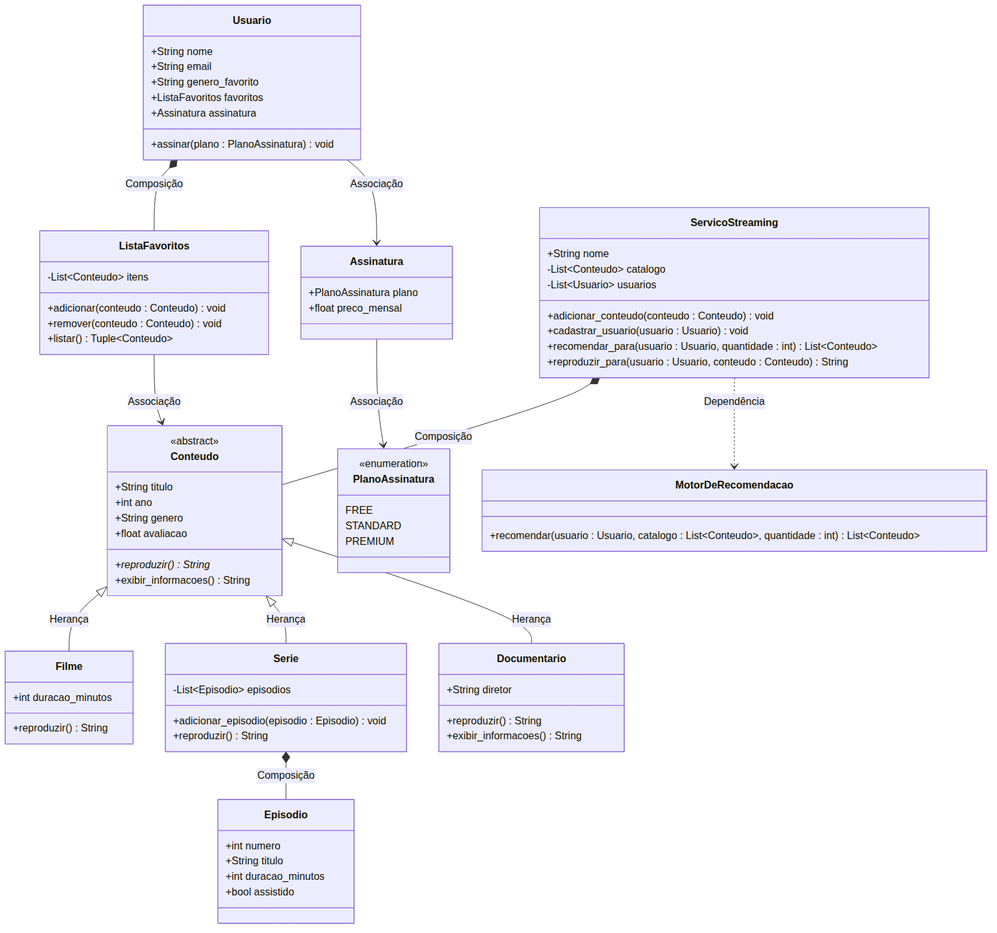
Above: docs/uml_streamflix.png in LuisFelipe311/Streaming-OO (Mermaid), before the change. Its source is kept beside it as docs/uml_streamflix.mmd.
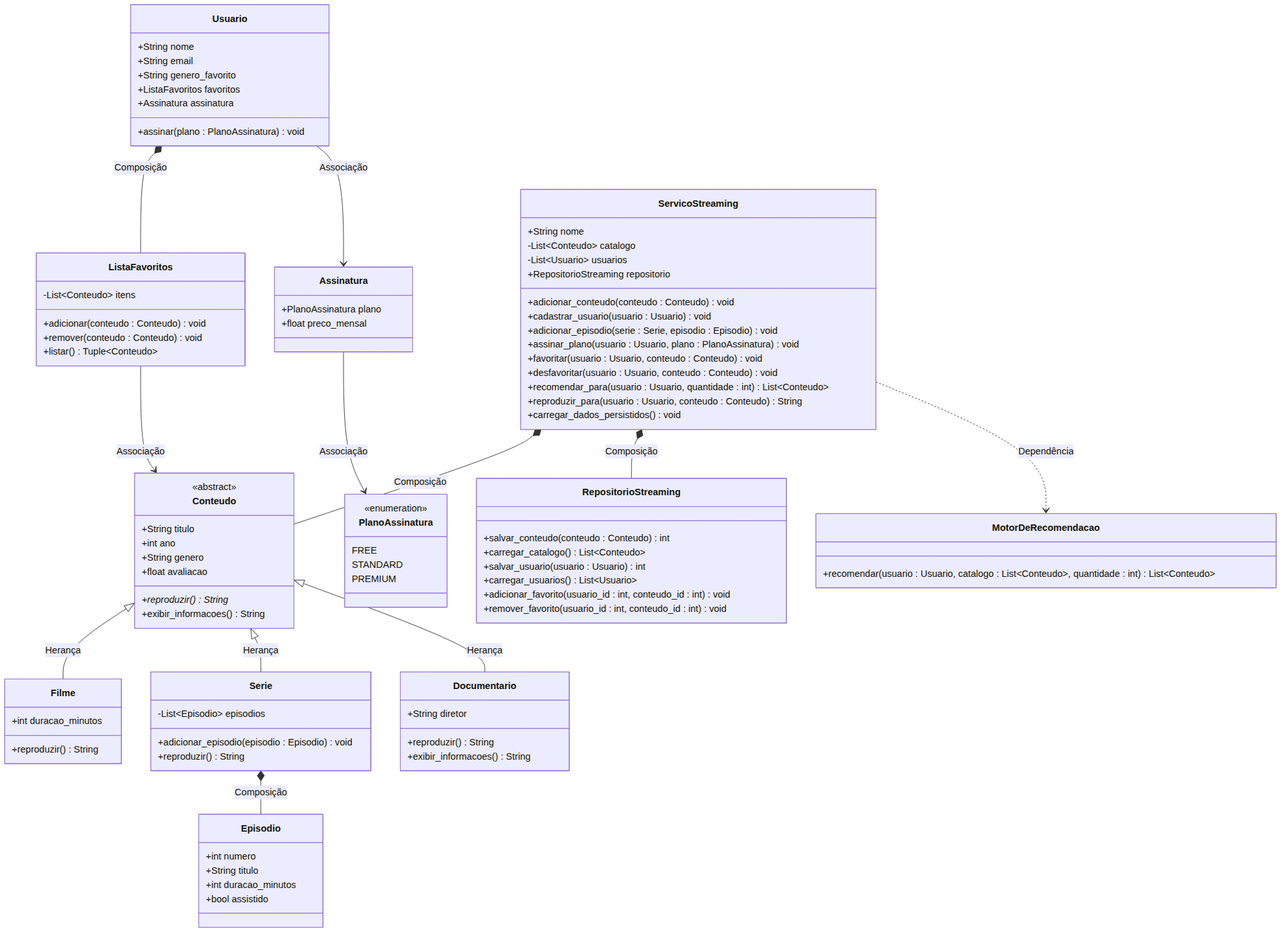
Later version of the same file.

Commit message:
uml nível 3

Change to the diagram source:
```diff
@@ -56,13 +56,27 @@
         +String nome
         -List~Conteudo~ catalogo
         -List~Usuario~ usuarios
+        +RepositorioStreaming repositorio
         +adicionar_conteudo(conteudo : Conteudo) void
         +cadastrar_usuario(usuario : Usuario) void
+        +adicionar_episodio(serie : Serie, episodio : Episodio) void
+        +assinar_plano(usuario : Usuario, plano : PlanoAssinatura) void
+        +favoritar(usuario : Usuario, conteudo : Conteudo) void
+        +desfavoritar(usuario : Usuario, conteudo : Conteudo) void
         +recomendar_para(usuario : Usuario, quantidade : int) List~Conteudo~
         +reproduzir_para(usuario : Usuario, conteudo : Conteudo) String
+        +carregar_dados_persistidos() void
     }
     class MotorDeRecomendacao {
         +recomendar(usuario : Usuario, catalogo : List~Conteudo~, quantidade : int) List~Conteudo~
+    }
+    class RepositorioStreaming {
+        +salvar_conteudo(conteudo : Conteudo) int
+        +carregar_catalogo() List~Conteudo~
+        +salvar_usuario(usuario : Usuario) int
+        +carregar_usuarios() List~Usuario~
+        +adicionar_favorito(usuario_id : int, conteudo_id : int) void
+        +remover_favorito(usuario_id : int, conteudo_id : int) void
     }
 
     Conteudo <|-- Filme : Herança
@@ -72,6 +86,7 @@
     Serie *-- Episodio : Composição
     Usuario *-- ListaFavoritos : Composição
     ServicoStreaming *-- Conteudo : Composição
+    ServicoStreaming *-- RepositorioStreaming : Composição
 
     Usuario --> Assinatura : Associação
     Assinatura --> PlanoAssinatura : Associação
```
